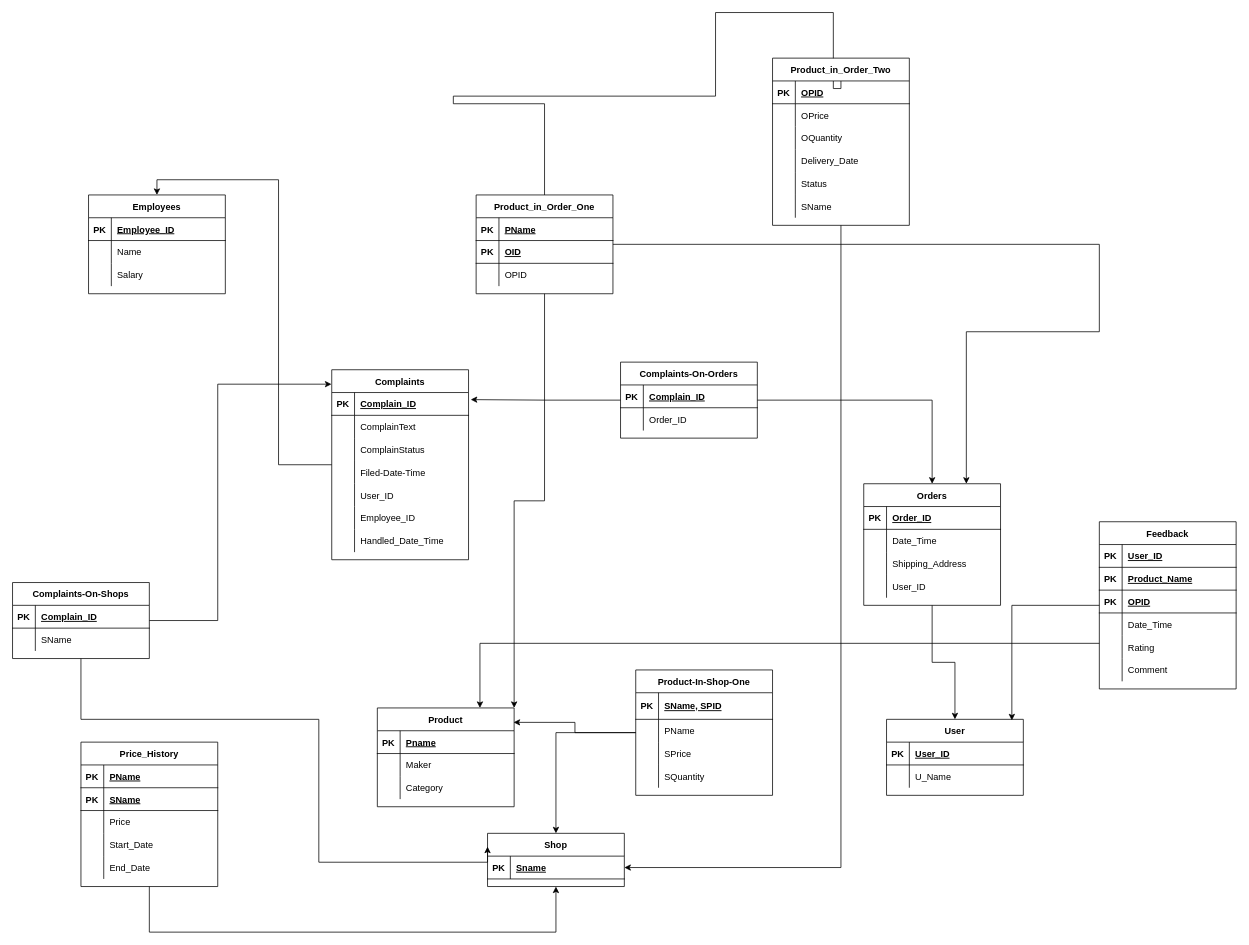
The draw.io diagram page "Page-4" (4 of 4) of Untitled Diagram.drawio in CZ2007-Group-2/Group2, before the edit. Source tidied: cells renumbered, new cells numbered last; positions are measured from the earlier drawing's top-left corner, leaving out a move shared by most shapes. Both pictures are drawn from the tidied source at 76%, with x=0, y=0 at pixel (12, 12).
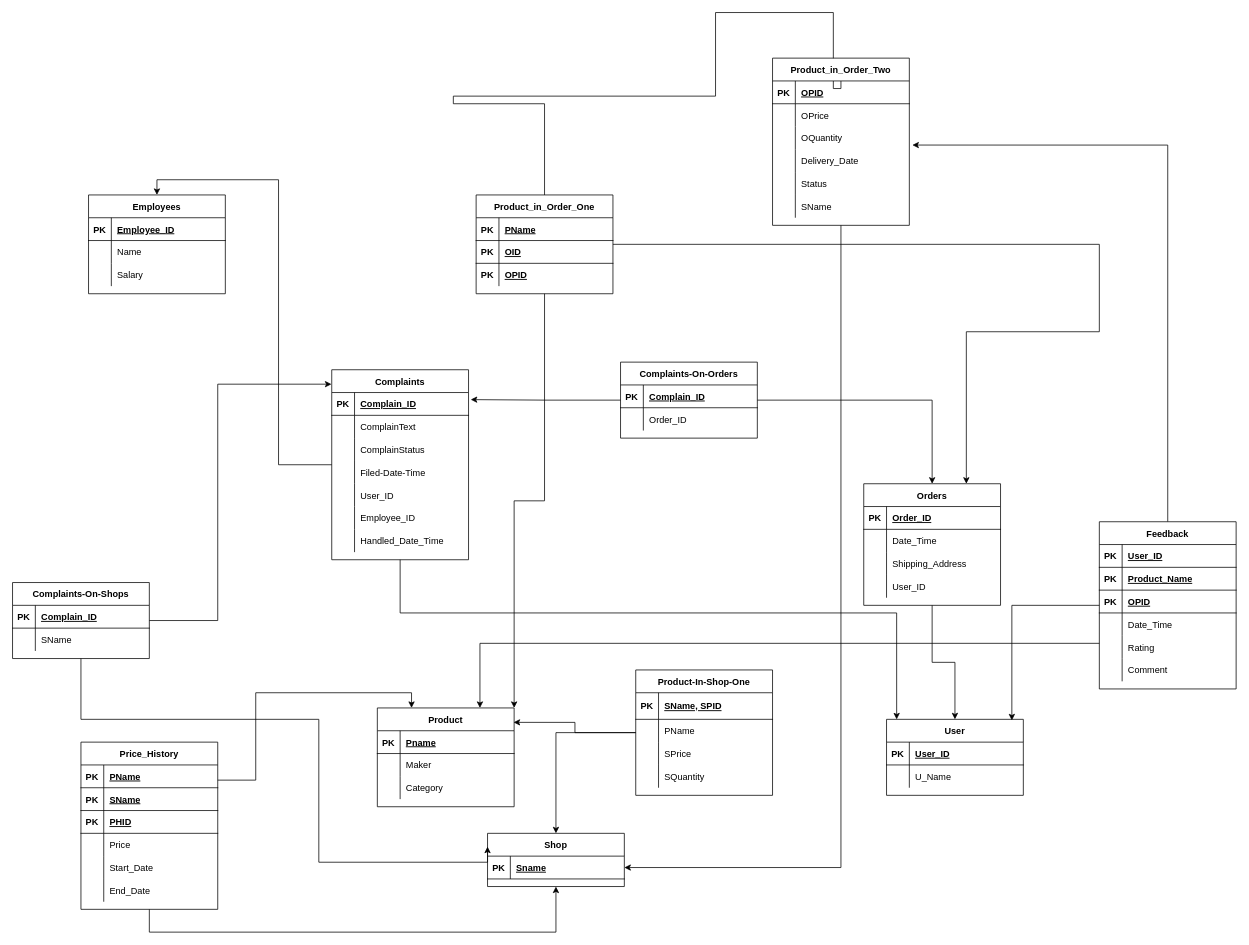
Above is the later version.

The change refers to these unchanged cells:
```xml
<mxCell id="2" value="Product" style="shape=table;startSize=30;childLayout=tableLayout;rowLines=0;fontStyle=1;align=center;" parent="1" vertex="1">
  <mxGeometry x="480" y="915" width="180" height="130" as="geometry" />
</mxCell>
<mxCell id="32" value="Complaints" style="shape=table;startSize=30;childLayout=tableLayout;rowLines=0;fontStyle=1;align=center;" parent="1" vertex="1">
  <mxGeometry x="420" y="470" width="180" height="250" as="geometry" />
</mxCell>
<mxCell id="113" value="User" style="shape=table;startSize=30;childLayout=tableLayout;rowLines=0;fontStyle=1;align=center;" parent="1" vertex="1">
  <mxGeometry x="1150" y="930" width="180" height="100" as="geometry" />
</mxCell>
<mxCell id="122" value="Feedback" style="shape=table;startSize=30;childLayout=tableLayout;rowLines=0;fontStyle=1;align=center;" parent="1" vertex="1">
  <mxGeometry x="1430" y="670" width="180" height="220" as="geometry" />
</mxCell>
<mxCell id="151" style="shape=tableRow;horizontal=0;startSize=0;swimlaneHead=0;swimlaneBody=0;fillColor=none;top=0;left=0;right=0;bottom=0;" parent="144" vertex="1">
  <mxGeometry y="90" width="180" height="30" as="geometry" />
</mxCell>
<mxCell id="162" style="shape=tableRow;horizontal=0;startSize=0;swimlaneHead=0;swimlaneBody=0;fillColor=none;points=[[0,0.5],[1,0.5]];portConstraint=eastwest;top=0;left=0;right=0;bottom=0;" parent="155" vertex="1">
  <mxGeometry y="90" width="180" height="30" as="geometry" />
</mxCell>
```

Diff of the diagram source:
```diff
@@
+    <mxCell id="174" style="edgeStyle=orthogonalEdgeStyle;rounded=0;jettySize=auto;html=1;entryX=0.074;entryY=0.001;entryDx=0;entryDy=0;entryPerimeter=0;" parent="1" edge="1" source="32" target="113">
+      <mxGeometry relative="1" as="geometry">
+        <Array as="points">
+          <mxPoint x="510" y="790" />
+          <mxPoint x="1163" y="790" />
+        </Array>
+      </mxGeometry>
+    </mxCell>
@@
+    <mxCell id="175" style="edgeStyle=orthogonalEdgeStyle;rounded=0;jettySize=auto;html=1;entryX=0.25;entryY=0;entryDx=0;entryDy=0;" parent="1" edge="1" source="73" target="2">
+      <mxGeometry relative="1" as="geometry">
+        <Array as="points">
+          <mxPoint x="320" y="1010" />
+          <mxPoint x="320" y="895" />
+          <mxPoint x="525" y="895" />
+        </Array>
+      </mxGeometry>
+    </mxCell>
     <mxCell id="73" value="Price_History" style="shape=table;startSize=30;childLayout=tableLayout;rowLines=0;fontStyle=1;align=center;" parent="1" vertex="1">
-      <mxGeometry x="90" y="960" width="180" height="190" as="geometry" />
+      <mxGeometry x="90" y="960" width="180" height="220" as="geometry" />
     </mxCell>
@@
+    <mxCell id="176" style="shape=tableRow;horizontal=0;startSize=0;swimlaneHead=0;swimlaneBody=0;fillColor=none;top=0;left=0;right=0;bottom=1;" parent="73" vertex="1">
+      <mxGeometry y="90" width="180" height="30" as="geometry" />
+    </mxCell>
+    <mxCell id="177" value="PK" style="shape=partialRectangle;fillColor=none;top=0;left=0;bottom=0;right=0;fontStyle=1;overflow=hidden;" parent="176" vertex="1">
+      <mxGeometry width="30" height="30" as="geometry" />
+    </mxCell>
+    <mxCell id="178" value="PHID" style="shape=partialRectangle;fillColor=none;top=0;left=0;bottom=0;right=0;align=left;spacingLeft=6;fontStyle=5;overflow=hidden;" parent="176" vertex="1">
+      <mxGeometry x="30" width="150" height="30" as="geometry" />
+    </mxCell>
     <mxCell id="80" style="shape=tableRow;horizontal=0;startSize=0;swimlaneHead=0;swimlaneBody=0;fillColor=none;top=0;left=0;right=0;bottom=0;" parent="73" vertex="1">
-      <mxGeometry y="90" width="180" height="30" as="geometry" />
+      <mxGeometry y="120" width="180" height="30" as="geometry" />
     </mxCell>
@@
     <mxCell id="83" style="shape=tableRow;horizontal=0;startSize=0;swimlaneHead=0;swimlaneBody=0;fillColor=none;top=0;left=0;right=0;bottom=0;" parent="73" vertex="1">
-      <mxGeometry y="120" width="180" height="30" as="geometry" />
+      <mxGeometry y="150" width="180" height="30" as="geometry" />
     </mxCell>
@@
     <mxCell id="86" style="shape=tableRow;horizontal=0;startSize=0;swimlaneHead=0;swimlaneBody=0;fillColor=none;top=0;left=0;right=0;bottom=0;" parent="73" vertex="1">
-      <mxGeometry y="150" width="180" height="30" as="geometry" />
+      <mxGeometry y="180" width="180" height="30" as="geometry" />
     </mxCell>
@@
+    <mxCell id="179" style="edgeStyle=orthogonalEdgeStyle;rounded=0;jettySize=auto;html=1;entryX=1.022;entryY=0.812;entryDx=0;entryDy=0;entryPerimeter=0;" parent="1" edge="1" source="122" target="162">
+      <mxGeometry relative="1" as="geometry" />
+    </mxCell>
@@
-    <mxCell id="153" value="OPID" style="shape=partialRectangle;fillColor=none;top=0;left=0;bottom=0;right=0;align=left;spacingLeft=6;overflow=hidden;" parent="151" vertex="1">
+    <mxCell id="153" value="OPID" style="shape=partialRectangle;fillColor=none;top=0;left=0;bottom=0;right=0;align=left;spacingLeft=6;overflow=hidden;fontStyle=5;" parent="151" vertex="1">
       <mxGeometry x="30" width="150" height="30" as="geometry" />
     </mxCell>
@@
+    <mxCell id="180" value="PK" style="shape=partialRectangle;fillColor=none;top=0;left=0;bottom=0;right=0;fontStyle=1;overflow=hidden;" parent="1" vertex="1">
+      <mxGeometry x="610" y="330" width="30" height="30" as="geometry" />
+    </mxCell>
```
